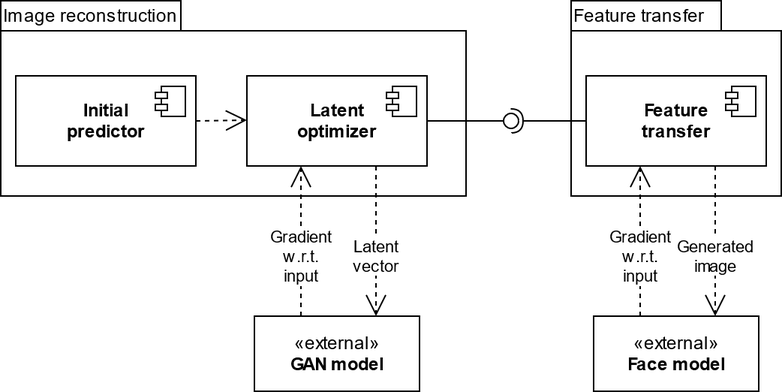
Before: images/Architecture_eng.png, a diagram exported from draw.io (Andre6o6/masters-thesis). Source tidied: cells renumbered, new cells last; positions are measured from the earlier drawing's top-left corner, leaving out a move shared by most shapes.
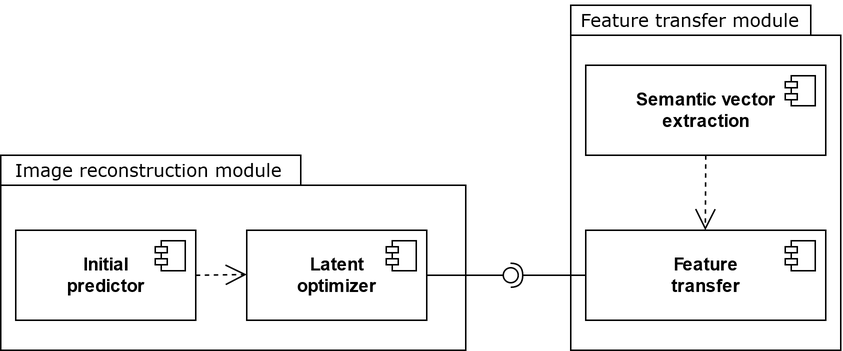
After the change.

What changed in the source:
```diff
@@ -5,48 +5,33 @@
     <mxCell id="2" value="&lt;div&gt;&lt;b&gt;Initial &lt;br&gt;&lt;/b&gt;&lt;/div&gt;&lt;div&gt;&lt;b&gt;predictor&lt;/b&gt;&lt;/div&gt;" style="html=1;" parent="1" vertex="1">
       <mxGeometry x="10" y="50" width="120" height="60" as="geometry" />
     </mxCell>
-    <mxCell id="3" style="shape=module;jettyWidth=8;jettyHeight=4;" parent="2" vertex="1">
-      <mxGeometry x="1" width="20" height="20" relative="1" as="geometry">
-        <mxPoint x="-27" y="7" as="offset" />
-      </mxGeometry>
-    </mxCell>
+    <mxCell id="22" style="shape=module;jettyWidth=8;jettyHeight=4;" parent="2" vertex="1">
+      <mxGeometry x="1" width="20" height="20" relative="1" as="geometry">
+        <mxPoint x="-27" y="7" as="offset" />
+      </mxGeometry>
+    </mxCell>
     <mxCell id="4" value="&lt;div&gt;&lt;b&gt;Latent&lt;/b&gt;&lt;/div&gt;&lt;div&gt;&lt;b&gt;optimizer&lt;/b&gt;&lt;br&gt;&lt;/div&gt;" style="html=1;" parent="1" vertex="1">
       <mxGeometry x="164" y="50" width="120" height="60" as="geometry" />
     </mxCell>
-    <mxCell id="5" style="shape=module;jettyWidth=8;jettyHeight=4;" parent="4" vertex="1">
-      <mxGeometry x="1" width="20" height="20" relative="1" as="geometry">
-        <mxPoint x="-27" y="7" as="offset" />
-      </mxGeometry>
-    </mxCell>
-    <mxCell id="6" value="«external»&lt;br&gt;&lt;b&gt;GAN model&lt;br&gt;&lt;/b&gt;" style="html=1;" parent="1" vertex="1">
-      <mxGeometry x="169" y="210" width="110" height="50" as="geometry" />
-    </mxCell>
+    <mxCell id="23" style="shape=module;jettyWidth=8;jettyHeight=4;" parent="4" vertex="1">
+      <mxGeometry x="1" width="20" height="20" relative="1" as="geometry">
+        <mxPoint x="-27" y="7" as="offset" />
+      </mxGeometry>
+    </mxCell>
     <mxCell id="7" value="&lt;div&gt;&lt;b&gt;Feature&lt;/b&gt;&lt;/div&gt;&lt;div&gt;&lt;b&gt;transfer&lt;br&gt;&lt;/b&gt;&lt;/div&gt;" style="html=1;" parent="1" vertex="1">
-      <mxGeometry x="390" y="50" width="120" height="60" as="geometry" />
+      <mxGeometry x="390" y="50" width="160" height="60" as="geometry" />
     </mxCell>
-    <mxCell id="8" style="shape=module;jettyWidth=8;jettyHeight=4;" parent="7" vertex="1">
-      <mxGeometry x="1" width="20" height="20" relative="1" as="geometry">
-        <mxPoint x="-27" y="7" as="offset" />
-      </mxGeometry>
-    </mxCell>
-    <mxCell id="9" value="&lt;div&gt;Latent&lt;/div&gt;&lt;div&gt;vector&lt;br&gt;&lt;/div&gt;" style="endArrow=open;endSize=12;dashed=1;html=1;" parent="1" edge="1">
-      <mxGeometry x="0.2" relative="1" as="geometry">
-        <mxPoint x="250" y="110" as="sourcePoint" />
-        <mxPoint x="250" y="210" as="targetPoint" />
-      </mxGeometry>
-    </mxCell>
-    <mxCell id="10" value="&lt;div&gt;Gradient&lt;/div&gt;&lt;div&gt;w.r.t.&lt;/div&gt;&lt;div&gt;input&lt;br&gt;&lt;/div&gt;" style="endArrow=open;endSize=12;dashed=1;html=1;" parent="1" edge="1">
-      <mxGeometry x="-0.2" relative="1" as="geometry">
-        <mxPoint x="200" y="210" as="sourcePoint" />
-        <mxPoint x="200" y="110" as="targetPoint" />
-      </mxGeometry>
-    </mxCell>
-    <mxCell id="11" style="shape=folder;fontStyle=1;spacingTop=10;tabWidth=100;tabHeight=20;tabPosition=left;html=1;fillColor=none;" parent="1" vertex="1">
-      <mxGeometry x="380" width="140" height="130" as="geometry" />
-    </mxCell>
-    <mxCell id="12" style="shape=folder;fontStyle=1;spacingTop=10;tabWidth=120;tabHeight=20;tabPosition=left;html=1;fillColor=none;" parent="1" vertex="1">
-      <mxGeometry width="310" height="130" as="geometry" />
-    </mxCell>
+    <mxCell id="24" style="shape=module;jettyWidth=8;jettyHeight=4;" parent="7" vertex="1">
+      <mxGeometry x="1" width="20" height="20" relative="1" as="geometry">
+        <mxPoint x="-27" y="7" as="offset" />
+      </mxGeometry>
+    </mxCell>
+    <mxCell id="25" style="shape=folder;fontStyle=1;spacingTop=10;tabWidth=160;tabHeight=20;tabPosition=left;html=1;fillColor=none;" parent="1" vertex="1">
+      <mxGeometry x="380" y="-100" width="180" height="230" as="geometry" />
+    </mxCell>
+    <mxCell id="26" style="shape=folder;fontStyle=1;spacingTop=10;tabWidth=200;tabHeight=20;tabPosition=left;html=1;fillColor=none;" parent="1" vertex="1">
+      <mxGeometry width="310" height="130" as="geometry" />
+    </mxCell>
     <mxCell id="13" style="rounded=0;jettySize=auto;html=1;endArrow=none;endFill=0;exitX=1;exitY=0.5;exitDx=0;exitDy=0;" parent="1" edge="1" source="4" target="15">
       <mxGeometry relative="1" as="geometry" />
     </mxCell>
@@ -56,35 +41,36 @@
     <mxCell id="15" style="ellipse;whiteSpace=wrap;html=1;fontFamily=Helvetica;fontSize=12;fontColor=#000000;align=center;strokeColor=#000000;fillColor=#ffffff;points=[];" parent="1" vertex="1">
       <mxGeometry x="335" y="75" width="10" height="10" as="geometry" />
     </mxCell>
-    <mxCell id="16" style="endArrow=open;endSize=12;dashed=1;html=1;" parent="1" edge="1">
-      <mxGeometry relative="1" as="geometry">
-        <mxPoint x="130" y="80" as="sourcePoint" />
-        <mxPoint x="164" y="79.5" as="targetPoint" />
-        <Array as="points">
-          <mxPoint x="164" y="79.5" />
-        </Array>
-      </mxGeometry>
-    </mxCell>
-    <mxCell id="17" value="«external»&lt;br&gt;&lt;b&gt;Face model&lt;br&gt;&lt;/b&gt;" style="html=1;" parent="1" vertex="1">
-      <mxGeometry x="395" y="210" width="110" height="50" as="geometry" />
-    </mxCell>
-    <mxCell id="18" value="&lt;div&gt;Generated&lt;/div&gt;&lt;div&gt;image&lt;br&gt;&lt;/div&gt;" style="endArrow=open;endSize=12;dashed=1;html=1;" parent="1" edge="1">
-      <mxGeometry x="0.2" relative="1" as="geometry">
-        <mxPoint x="476" y="110" as="sourcePoint" />
-        <mxPoint x="476" y="210" as="targetPoint" />
-      </mxGeometry>
-    </mxCell>
-    <mxCell id="19" value="&lt;div&gt;Gradient&lt;/div&gt;&lt;div&gt;w.r.t.&lt;/div&gt;&lt;div&gt;input&lt;br&gt;&lt;/div&gt;" style="endArrow=open;endSize=12;dashed=1;html=1;" parent="1" edge="1">
-      <mxGeometry x="-0.2" relative="1" as="geometry">
-        <mxPoint x="426" y="210" as="sourcePoint" />
-        <mxPoint x="426" y="110" as="targetPoint" />
-      </mxGeometry>
-    </mxCell>
-    <mxCell id="20" value="&lt;div align=&quot;left&quot;&gt;Image reconstruction&lt;/div&gt;" style="text;html=1;align=left;verticalAlign=middle;" parent="1" vertex="1">
-      <mxGeometry width="130" height="20" as="geometry" />
-    </mxCell>
-    <mxCell id="21" value="&lt;div align=&quot;left&quot;&gt;Feature transfer&lt;br&gt;&lt;/div&gt;" style="text;html=1;align=left;verticalAlign=middle;" parent="1" vertex="1">
-      <mxGeometry x="380" width="100" height="20" as="geometry" />
-    </mxCell>
+    <mxCell id="27" style="endArrow=open;endSize=12;dashed=1;html=1;" parent="1" edge="1">
+      <mxGeometry relative="1" as="geometry">
+        <mxPoint x="130" y="80" as="sourcePoint" />
+        <mxPoint x="164" y="79.5" as="targetPoint" />
+        <Array as="points">
+          <mxPoint x="164" y="79.5" />
+        </Array>
+      </mxGeometry>
+    </mxCell>
+    <mxCell id="28" value="Image reconstruction module" style="text;align=left;verticalAlign=middle;fontFamily=Verdana;" parent="1" vertex="1">
+      <mxGeometry x="8" width="190" height="20" as="geometry" />
+    </mxCell>
+    <mxCell id="29" value="Feature transfer module&#10;" style="text;align=left;verticalAlign=top;fontFamily=Verdana;" parent="1" vertex="1">
+      <mxGeometry x="385" y="-103" width="160" height="20" as="geometry" />
+    </mxCell>
+    <mxCell id="30" value="Semantic vector&lt;br&gt;extraction&lt;br&gt;" style="fontStyle=1;html=1;" parent="1" vertex="1">
+      <mxGeometry x="390" y="-60" width="160" height="60" as="geometry" />
+    </mxCell>
+    <mxCell id="31" style="shape=module;jettyWidth=8;jettyHeight=4;" parent="30" vertex="1">
+      <mxGeometry x="1" width="20" height="20" relative="1" as="geometry">
+        <mxPoint x="-27" y="7" as="offset" />
+      </mxGeometry>
+    </mxCell>
+    <mxCell id="32" style="endArrow=open;endSize=12;dashed=1;html=1;exitX=0.5;exitY=1;exitDx=0;exitDy=0;" parent="1" edge="1" source="30">
+      <mxGeometry relative="1" as="geometry">
+        <mxPoint x="469.7" y="50" as="targetPoint" />
+        <Array as="points">
+          <mxPoint x="469.7" y="50" />
+        </Array>
+      </mxGeometry>
+    </mxCell>
   </root>
 </mxGraphModel>
```
